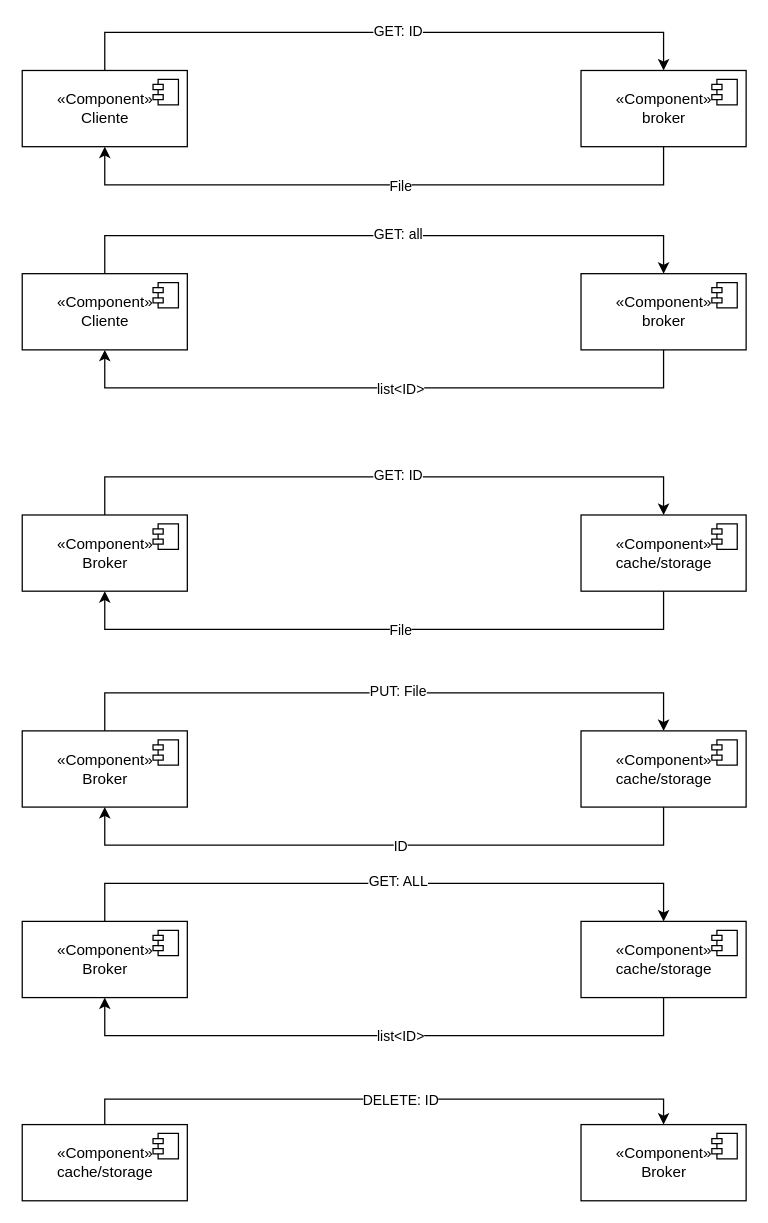
dhasane/gestor-informacion keeps this draw.io diagram as page "comunicacion" (3 of 3) of diagramas/diagramas.drawio. Above is the earlier version. Source tidied: cells renumbered, new cells numbered last; positions are measured from the earlier drawing's top-left corner, leaving out a move shared by most shapes. Both pictures are drawn from the tidied source at 127%, with x=0, y=0 at pixel (22, 32).
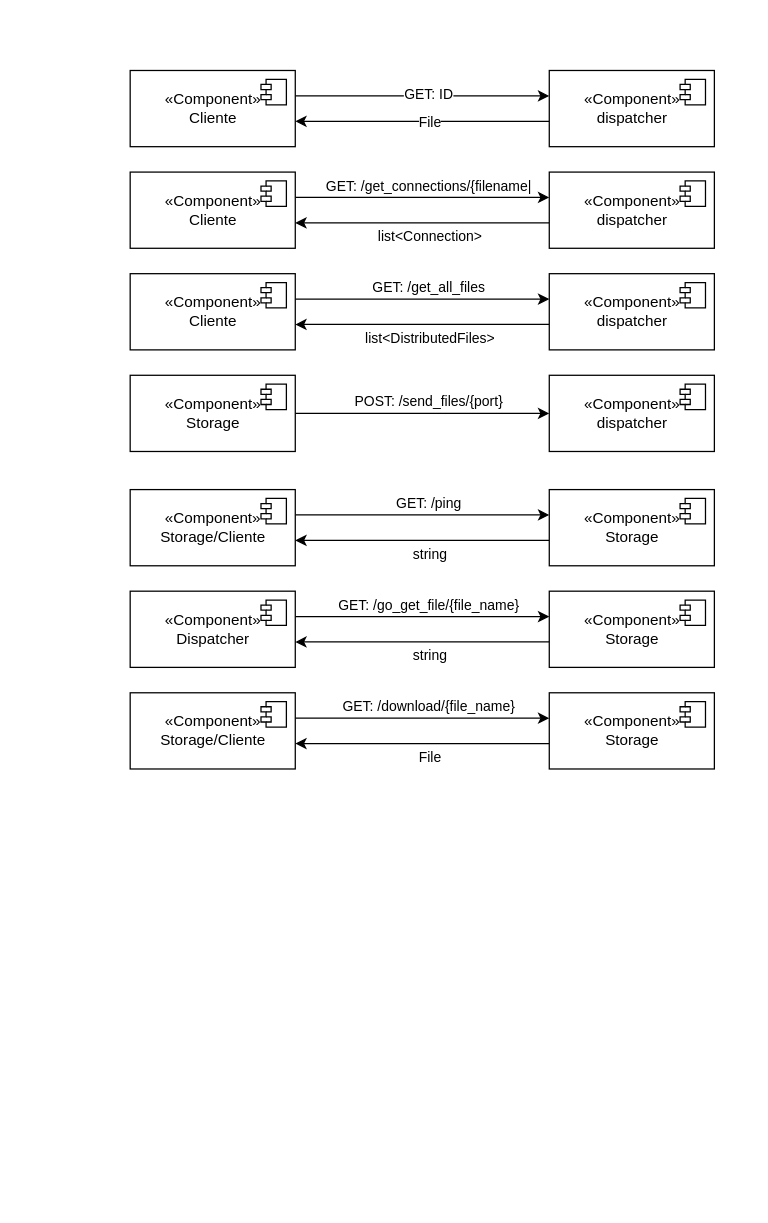
Above is the later version.

Change to the diagram source:
```diff
@@
-    <mxCell id="2" style="edgeStyle=orthogonalEdgeStyle;rounded=0;jettySize=auto;html=1;entryX=0.5;entryY=1;entryDx=0;entryDy=0;" parent="1" edge="1" source="4" target="8">
-      <mxGeometry relative="1" as="geometry">
-        <Array as="points">
-          <mxPoint x="505" y="470" />
-          <mxPoint x="65" y="470" />
-        </Array>
-      </mxGeometry>
-    </mxCell>
-    <mxCell id="3" value="File" style="edgeLabel;html=1;align=center;verticalAlign=middle;" parent="2" vertex="1">
-      <mxGeometry x="-0.05" relative="1" as="geometry" />
-    </mxCell>
-    <mxCell id="4" value="«Component»&lt;br&gt;cache/storage" style="html=1;" parent="1" vertex="1">
-      <mxGeometry x="440" y="380" width="130" height="60" as="geometry" />
-    </mxCell>
-    <mxCell id="5" style="shape=module;jettyWidth=8;jettyHeight=4;" parent="4" vertex="1">
-      <mxGeometry x="1" width="20" height="20" relative="1" as="geometry">
-        <mxPoint x="-27" y="7" as="offset" />
-      </mxGeometry>
-    </mxCell>
-    <mxCell id="6" style="edgeStyle=orthogonalEdgeStyle;rounded=0;jettySize=auto;html=1;" parent="1" edge="1" source="8" target="4">
-      <mxGeometry relative="1" as="geometry">
-        <Array as="points">
-          <mxPoint x="65" y="350" />
-        </Array>
-      </mxGeometry>
-    </mxCell>
-    <mxCell id="7" value="GET: ID" style="edgeLabel;html=1;align=center;verticalAlign=middle;" parent="6" vertex="1">
-      <mxGeometry x="0.04" y="2" relative="1" as="geometry" />
-    </mxCell>
-    <mxCell id="8" value="«Component»&lt;br&gt;Broker" style="html=1;" parent="1" vertex="1">
-      <mxGeometry y="380" width="130" height="60" as="geometry" />
-    </mxCell>
-    <mxCell id="9" style="shape=module;jettyWidth=8;jettyHeight=4;" parent="8" vertex="1">
-      <mxGeometry x="1" width="20" height="20" relative="1" as="geometry">
-        <mxPoint x="-27" y="7" as="offset" />
-      </mxGeometry>
-    </mxCell>
-    <mxCell id="10" style="edgeStyle=orthogonalEdgeStyle;rounded=0;jettySize=auto;html=1;entryX=0.5;entryY=1;entryDx=0;entryDy=0;" parent="1" edge="1" source="12" target="16">
-      <mxGeometry relative="1" as="geometry">
-        <Array as="points">
-          <mxPoint x="505" y="640" />
-          <mxPoint x="65" y="640" />
-        </Array>
-      </mxGeometry>
-    </mxCell>
-    <mxCell id="11" value="ID" style="edgeLabel;html=1;align=center;verticalAlign=middle;" parent="10" vertex="1">
-      <mxGeometry x="-0.05" relative="1" as="geometry" />
-    </mxCell>
-    <mxCell id="12" value="«Component»&lt;br&gt;cache/storage" style="html=1;" parent="1" vertex="1">
-      <mxGeometry x="440" y="550" width="130" height="60" as="geometry" />
-    </mxCell>
-    <mxCell id="13" style="shape=module;jettyWidth=8;jettyHeight=4;" parent="12" vertex="1">
-      <mxGeometry x="1" width="20" height="20" relative="1" as="geometry">
-        <mxPoint x="-27" y="7" as="offset" />
-      </mxGeometry>
-    </mxCell>
-    <mxCell id="14" style="edgeStyle=orthogonalEdgeStyle;rounded=0;jettySize=auto;html=1;" parent="1" edge="1" source="16" target="12">
-      <mxGeometry relative="1" as="geometry">
-        <Array as="points">
-          <mxPoint x="65" y="520" />
-        </Array>
-      </mxGeometry>
-    </mxCell>
-    <mxCell id="15" value="PUT: File" style="edgeLabel;html=1;align=center;verticalAlign=middle;" parent="14" vertex="1">
-      <mxGeometry x="0.04" y="2" relative="1" as="geometry" />
-    </mxCell>
-    <mxCell id="16" value="«Component»&lt;br&gt;Broker" style="html=1;" parent="1" vertex="1">
-      <mxGeometry y="550" width="130" height="60" as="geometry" />
-    </mxCell>
-    <mxCell id="17" style="shape=module;jettyWidth=8;jettyHeight=4;" parent="16" vertex="1">
-      <mxGeometry x="1" width="20" height="20" relative="1" as="geometry">
-        <mxPoint x="-27" y="7" as="offset" />
-      </mxGeometry>
-    </mxCell>
-    <mxCell id="18" style="edgeStyle=orthogonalEdgeStyle;rounded=0;jettySize=auto;html=1;entryX=0.5;entryY=1;entryDx=0;entryDy=0;" parent="1" edge="1" source="20" target="24">
-      <mxGeometry relative="1" as="geometry">
-        <Array as="points">
-          <mxPoint x="505" y="790" />
-          <mxPoint x="65" y="790" />
-        </Array>
-      </mxGeometry>
-    </mxCell>
-    <mxCell id="19" value="list&amp;lt;ID&amp;gt;" style="edgeLabel;html=1;align=center;verticalAlign=middle;" parent="18" vertex="1">
-      <mxGeometry x="-0.05" relative="1" as="geometry" />
-    </mxCell>
-    <mxCell id="20" value="«Component»&lt;br&gt;cache/storage" style="html=1;" parent="1" vertex="1">
-      <mxGeometry x="440" y="700" width="130" height="60" as="geometry" />
-    </mxCell>
-    <mxCell id="21" style="shape=module;jettyWidth=8;jettyHeight=4;" parent="20" vertex="1">
-      <mxGeometry x="1" width="20" height="20" relative="1" as="geometry">
-        <mxPoint x="-27" y="7" as="offset" />
-      </mxGeometry>
-    </mxCell>
-    <mxCell id="22" style="edgeStyle=orthogonalEdgeStyle;rounded=0;jettySize=auto;html=1;" parent="1" edge="1" source="24" target="20">
-      <mxGeometry relative="1" as="geometry">
-        <Array as="points">
-          <mxPoint x="65" y="670" />
-        </Array>
-      </mxGeometry>
-    </mxCell>
-    <mxCell id="23" value="GET: ALL" style="edgeLabel;html=1;align=center;verticalAlign=middle;" parent="22" vertex="1">
-      <mxGeometry x="0.04" y="2" relative="1" as="geometry" />
-    </mxCell>
-    <mxCell id="24" value="«Component»&lt;br&gt;Broker" style="html=1;" parent="1" vertex="1">
-      <mxGeometry y="700" width="130" height="60" as="geometry" />
-    </mxCell>
-    <mxCell id="25" style="shape=module;jettyWidth=8;jettyHeight=4;" parent="24" vertex="1">
-      <mxGeometry x="1" width="20" height="20" relative="1" as="geometry">
-        <mxPoint x="-27" y="7" as="offset" />
-      </mxGeometry>
-    </mxCell>
-    <mxCell id="26" style="edgeStyle=orthogonalEdgeStyle;rounded=0;jettySize=auto;html=1;entryX=0.5;entryY=0;entryDx=0;entryDy=0;" parent="1" edge="1" source="28" target="30">
-      <mxGeometry relative="1" as="geometry">
-        <Array as="points">
-          <mxPoint x="65" y="840" />
-          <mxPoint x="505" y="840" />
-        </Array>
-      </mxGeometry>
-    </mxCell>
-    <mxCell id="27" value="DELETE: ID" style="edgeLabel;html=1;align=center;verticalAlign=middle;" parent="26" vertex="1">
-      <mxGeometry x="0.05" relative="1" as="geometry" />
-    </mxCell>
-    <mxCell id="28" value="«Component»&lt;br&gt;cache/storage" style="html=1;" parent="1" vertex="1">
-      <mxGeometry y="860" width="130" height="60" as="geometry" />
-    </mxCell>
-    <mxCell id="29" style="shape=module;jettyWidth=8;jettyHeight=4;" parent="28" vertex="1">
-      <mxGeometry x="1" width="20" height="20" relative="1" as="geometry">
-        <mxPoint x="-27" y="7" as="offset" />
-      </mxGeometry>
-    </mxCell>
-    <mxCell id="30" value="«Component»&lt;br&gt;Broker" style="html=1;" parent="1" vertex="1">
-      <mxGeometry x="440" y="860" width="130" height="60" as="geometry" />
-    </mxCell>
-    <mxCell id="31" style="shape=module;jettyWidth=8;jettyHeight=4;" parent="30" vertex="1">
-      <mxGeometry x="1" width="20" height="20" relative="1" as="geometry">
-        <mxPoint x="-27" y="7" as="offset" />
-      </mxGeometry>
-    </mxCell>
-    <mxCell id="32" style="edgeStyle=orthogonalEdgeStyle;rounded=0;jettySize=auto;html=1;entryX=0.5;entryY=1;entryDx=0;entryDy=0;" parent="1" edge="1" source="34" target="38">
-      <mxGeometry relative="1" as="geometry">
-        <Array as="points">
-          <mxPoint x="505" y="280" />
-          <mxPoint x="65" y="280" />
-        </Array>
-      </mxGeometry>
-    </mxCell>
-    <mxCell id="33" value="list&amp;lt;ID&amp;gt;" style="edgeLabel;html=1;align=center;verticalAlign=middle;" parent="32" vertex="1">
-      <mxGeometry x="-0.05" relative="1" as="geometry" />
-    </mxCell>
-    <mxCell id="34" value="«Component»&lt;br&gt;broker" style="html=1;" parent="1" vertex="1">
-      <mxGeometry x="440" y="190" width="130" height="60" as="geometry" />
-    </mxCell>
-    <mxCell id="35" style="shape=module;jettyWidth=8;jettyHeight=4;" parent="34" vertex="1">
-      <mxGeometry x="1" width="20" height="20" relative="1" as="geometry">
-        <mxPoint x="-27" y="7" as="offset" />
-      </mxGeometry>
-    </mxCell>
-    <mxCell id="36" style="edgeStyle=orthogonalEdgeStyle;rounded=0;jettySize=auto;html=1;" parent="1" edge="1" source="38" target="34">
-      <mxGeometry relative="1" as="geometry">
-        <Array as="points">
-          <mxPoint x="65" y="160" />
-        </Array>
-      </mxGeometry>
-    </mxCell>
-    <mxCell id="37" value="GET: all" style="edgeLabel;html=1;align=center;verticalAlign=middle;" parent="36" vertex="1">
-      <mxGeometry x="0.04" y="2" relative="1" as="geometry" />
-    </mxCell>
-    <mxCell id="38" value="«Component»&lt;br&gt;Cliente" style="html=1;" parent="1" vertex="1">
-      <mxGeometry y="190" width="130" height="60" as="geometry" />
-    </mxCell>
-    <mxCell id="39" style="shape=module;jettyWidth=8;jettyHeight=4;" parent="38" vertex="1">
-      <mxGeometry x="1" width="20" height="20" relative="1" as="geometry">
-        <mxPoint x="-27" y="7" as="offset" />
-      </mxGeometry>
-    </mxCell>
-    <mxCell id="40" style="edgeStyle=orthogonalEdgeStyle;rounded=0;jettySize=auto;html=1;entryX=0.5;entryY=1;entryDx=0;entryDy=0;" parent="1" edge="1" source="42" target="46">
+    <mxCell id="40" style="edgeStyle=orthogonalEdgeStyle;rounded=0;jettySize=auto;html=1;" parent="1" edge="1" source="42" target="46">
       <mxGeometry relative="1" as="geometry">
         <Array as="points">
-          <mxPoint x="505" y="120" />
-          <mxPoint x="65" y="120" />
+          <mxPoint x="365" y="70" />
+          <mxPoint x="365" y="70" />
         </Array>
       </mxGeometry>
     </mxCell>
@@
-    <mxCell id="42" value="«Component»&lt;br&gt;broker" style="html=1;" parent="1" vertex="1">
-      <mxGeometry x="440" y="30" width="130" height="60" as="geometry" />
+    <mxCell id="42" value="«Component»&lt;br&gt;dispatcher" style="html=1;" parent="1" vertex="1">
+      <mxGeometry x="415" y="30" width="130" height="60" as="geometry" />
     </mxCell>
@@
     <mxCell id="44" style="edgeStyle=orthogonalEdgeStyle;rounded=0;jettySize=auto;html=1;" parent="1" edge="1" source="46" target="42">
       <mxGeometry relative="1" as="geometry">
         <Array as="points">
-          <mxPoint x="65" />
+          <mxPoint x="375" y="50" />
+          <mxPoint x="375" y="50" />
         </Array>
       </mxGeometry>
     </mxCell>
@@
     <mxCell id="46" value="«Component»&lt;br&gt;Cliente" style="html=1;" parent="1" vertex="1">
-      <mxGeometry y="30" width="130" height="60" as="geometry" />
+      <mxGeometry x="85" y="30" width="130" height="60" as="geometry" />
     </mxCell>
@@
+    <mxCell id="48" style="edgeStyle=orthogonalEdgeStyle;rounded=0;jettySize=auto;html=1;" parent="1" edge="1" source="50" target="54">
+      <mxGeometry relative="1" as="geometry">
+        <Array as="points">
+          <mxPoint x="375" y="150" />
+          <mxPoint x="375" y="150" />
+        </Array>
+      </mxGeometry>
+    </mxCell>
+    <mxCell id="49" value="list&amp;lt;Connection&amp;gt;" style="edgeLabel;html=1;align=center;verticalAlign=middle;" parent="48" vertex="1">
+      <mxGeometry x="-0.05" relative="1" as="geometry">
+        <mxPoint y="10" as="offset" />
+      </mxGeometry>
+    </mxCell>
+    <mxCell id="50" value="«Component»&lt;br&gt;dispatcher" style="html=1;" parent="1" vertex="1">
+      <mxGeometry x="415" y="110" width="130" height="60" as="geometry" />
+    </mxCell>
+    <mxCell id="51" style="shape=module;jettyWidth=8;jettyHeight=4;" parent="50" vertex="1">
+      <mxGeometry x="1" width="20" height="20" relative="1" as="geometry">
+        <mxPoint x="-27" y="7" as="offset" />
+      </mxGeometry>
+    </mxCell>
+    <mxCell id="52" style="edgeStyle=orthogonalEdgeStyle;rounded=0;jettySize=auto;html=1;" parent="1" edge="1" source="54" target="50">
+      <mxGeometry relative="1" as="geometry">
+        <Array as="points">
+          <mxPoint x="365" y="130" />
+          <mxPoint x="365" y="130" />
+        </Array>
+      </mxGeometry>
+    </mxCell>
+    <mxCell id="53" value="GET: /get_connections/{filename|" style="edgeLabel;html=1;align=center;verticalAlign=middle;" parent="52" vertex="1">
+      <mxGeometry x="0.04" y="2" relative="1" as="geometry">
+        <mxPoint y="-8" as="offset" />
+      </mxGeometry>
+    </mxCell>
+    <mxCell id="54" value="«Component»&lt;br&gt;Cliente" style="html=1;" parent="1" vertex="1">
+      <mxGeometry x="85" y="110" width="130" height="60" as="geometry" />
+    </mxCell>
+    <mxCell id="55" style="shape=module;jettyWidth=8;jettyHeight=4;" parent="54" vertex="1">
+      <mxGeometry x="1" width="20" height="20" relative="1" as="geometry">
+        <mxPoint x="-27" y="7" as="offset" />
+      </mxGeometry>
+    </mxCell>
+    <mxCell id="56" style="edgeStyle=orthogonalEdgeStyle;rounded=0;jettySize=auto;html=1;" parent="1" edge="1" source="58" target="62">
+      <mxGeometry relative="1" as="geometry">
+        <Array as="points">
+          <mxPoint x="375" y="230" />
+          <mxPoint x="375" y="230" />
+        </Array>
+      </mxGeometry>
+    </mxCell>
+    <mxCell id="57" value="list&amp;lt;DistributedFiles&amp;gt;" style="edgeLabel;html=1;align=center;verticalAlign=middle;" parent="56" vertex="1">
+      <mxGeometry x="-0.05" relative="1" as="geometry">
+        <mxPoint y="10" as="offset" />
+      </mxGeometry>
+    </mxCell>
+    <mxCell id="58" value="«Component»&lt;br&gt;dispatcher" style="html=1;" parent="1" vertex="1">
+      <mxGeometry x="415" y="190" width="130" height="60" as="geometry" />
+    </mxCell>
+    <mxCell id="59" style="shape=module;jettyWidth=8;jettyHeight=4;" parent="58" vertex="1">
+      <mxGeometry x="1" width="20" height="20" relative="1" as="geometry">
+        <mxPoint x="-27" y="7" as="offset" />
+      </mxGeometry>
+    </mxCell>
+    <mxCell id="60" style="edgeStyle=orthogonalEdgeStyle;rounded=0;jettySize=auto;html=1;" parent="1" edge="1" source="62" target="58">
+      <mxGeometry relative="1" as="geometry">
+        <Array as="points">
+          <mxPoint x="365" y="210" />
+          <mxPoint x="365" y="210" />
+        </Array>
+      </mxGeometry>
+    </mxCell>
+    <mxCell id="61" value="GET: /get_all_files" style="edgeLabel;html=1;align=center;verticalAlign=middle;" parent="60" vertex="1">
+      <mxGeometry x="0.04" y="2" relative="1" as="geometry">
+        <mxPoint y="-8" as="offset" />
+      </mxGeometry>
+    </mxCell>
+    <mxCell id="62" value="«Component»&lt;br&gt;Cliente" style="html=1;" parent="1" vertex="1">
+      <mxGeometry x="85" y="190" width="130" height="60" as="geometry" />
+    </mxCell>
+    <mxCell id="63" style="shape=module;jettyWidth=8;jettyHeight=4;" parent="62" vertex="1">
+      <mxGeometry x="1" width="20" height="20" relative="1" as="geometry">
+        <mxPoint x="-27" y="7" as="offset" />
+      </mxGeometry>
+    </mxCell>
+    <mxCell id="64" value="«Component»&lt;br&gt;dispatcher" style="html=1;" parent="1" vertex="1">
+      <mxGeometry x="415" y="270" width="130" height="60" as="geometry" />
+    </mxCell>
+    <mxCell id="65" style="shape=module;jettyWidth=8;jettyHeight=4;" parent="64" vertex="1">
+      <mxGeometry x="1" width="20" height="20" relative="1" as="geometry">
+        <mxPoint x="-27" y="7" as="offset" />
+      </mxGeometry>
+    </mxCell>
+    <mxCell id="66" style="edgeStyle=orthogonalEdgeStyle;rounded=0;jettySize=auto;html=1;" parent="1" edge="1" source="68" target="64">
+      <mxGeometry relative="1" as="geometry">
+        <Array as="points">
+          <mxPoint x="395" y="300" />
+          <mxPoint x="395" y="300" />
+        </Array>
+      </mxGeometry>
+    </mxCell>
+    <mxCell id="67" value="POST: /send_files/{port}" style="edgeLabel;html=1;align=center;verticalAlign=middle;" parent="66" vertex="1">
+      <mxGeometry x="0.04" y="2" relative="1" as="geometry">
+        <mxPoint y="-8" as="offset" />
+      </mxGeometry>
+    </mxCell>
+    <mxCell id="68" value="«Component»&lt;br&gt;Storage" style="html=1;" parent="1" vertex="1">
+      <mxGeometry x="85" y="270" width="130" height="60" as="geometry" />
+    </mxCell>
+    <mxCell id="69" style="shape=module;jettyWidth=8;jettyHeight=4;" parent="68" vertex="1">
+      <mxGeometry x="1" width="20" height="20" relative="1" as="geometry">
+        <mxPoint x="-27" y="7" as="offset" />
+      </mxGeometry>
+    </mxCell>
+    <mxCell id="70" style="edgeStyle=orthogonalEdgeStyle;rounded=0;jettySize=auto;html=1;" parent="1" edge="1" source="72" target="76">
+      <mxGeometry relative="1" as="geometry">
+        <Array as="points">
+          <mxPoint x="375" y="400" />
+          <mxPoint x="375" y="400" />
+        </Array>
+      </mxGeometry>
+    </mxCell>
+    <mxCell id="71" value="string" style="edgeLabel;html=1;align=center;verticalAlign=middle;" parent="70" vertex="1">
+      <mxGeometry x="-0.05" relative="1" as="geometry">
+        <mxPoint y="10" as="offset" />
+      </mxGeometry>
+    </mxCell>
+    <mxCell id="72" value="«Component»&lt;br&gt;Storage" style="html=1;" parent="1" vertex="1">
+      <mxGeometry x="415" y="360" width="130" height="60" as="geometry" />
+    </mxCell>
+    <mxCell id="73" style="shape=module;jettyWidth=8;jettyHeight=4;" parent="72" vertex="1">
+      <mxGeometry x="1" width="20" height="20" relative="1" as="geometry">
+        <mxPoint x="-27" y="7" as="offset" />
+      </mxGeometry>
+    </mxCell>
+    <mxCell id="74" style="edgeStyle=orthogonalEdgeStyle;rounded=0;jettySize=auto;html=1;" parent="1" edge="1" source="76" target="72">
+      <mxGeometry relative="1" as="geometry">
+        <Array as="points">
+          <mxPoint x="365" y="380" />
+          <mxPoint x="365" y="380" />
+        </Array>
+      </mxGeometry>
+    </mxCell>
+    <mxCell id="75" value="GET: /ping" style="edgeLabel;html=1;align=center;verticalAlign=middle;" parent="74" vertex="1">
+      <mxGeometry x="0.04" y="2" relative="1" as="geometry">
+        <mxPoint y="-8" as="offset" />
+      </mxGeometry>
+    </mxCell>
+    <mxCell id="76" value="«Component»&lt;br&gt;Storage/Cliente" style="html=1;" parent="1" vertex="1">
+      <mxGeometry x="85" y="360" width="130" height="60" as="geometry" />
+    </mxCell>
+    <mxCell id="77" style="shape=module;jettyWidth=8;jettyHeight=4;" parent="76" vertex="1">
+      <mxGeometry x="1" width="20" height="20" relative="1" as="geometry">
+        <mxPoint x="-27" y="7" as="offset" />
+      </mxGeometry>
+    </mxCell>
+    <mxCell id="78" style="edgeStyle=orthogonalEdgeStyle;rounded=0;jettySize=auto;html=1;" parent="1" edge="1" source="80" target="84">
+      <mxGeometry relative="1" as="geometry">
+        <Array as="points">
+          <mxPoint x="375" y="480" />
+          <mxPoint x="375" y="480" />
+        </Array>
+      </mxGeometry>
+    </mxCell>
+    <mxCell id="79" value="string" style="edgeLabel;html=1;align=center;verticalAlign=middle;" parent="78" vertex="1">
+      <mxGeometry x="-0.05" relative="1" as="geometry">
+        <mxPoint y="10" as="offset" />
+      </mxGeometry>
+    </mxCell>
+    <mxCell id="80" value="«Component»&lt;br&gt;Storage" style="html=1;" parent="1" vertex="1">
+      <mxGeometry x="415" y="440" width="130" height="60" as="geometry" />
+    </mxCell>
+    <mxCell id="81" style="shape=module;jettyWidth=8;jettyHeight=4;" parent="80" vertex="1">
+      <mxGeometry x="1" width="20" height="20" relative="1" as="geometry">
+        <mxPoint x="-27" y="7" as="offset" />
+      </mxGeometry>
+    </mxCell>
+    <mxCell id="82" style="edgeStyle=orthogonalEdgeStyle;rounded=0;jettySize=auto;html=1;" parent="1" edge="1" source="84" target="80">
+      <mxGeometry relative="1" as="geometry">
+        <Array as="points">
+          <mxPoint x="365" y="460" />
+          <mxPoint x="365" y="460" />
+        </Array>
+      </mxGeometry>
+    </mxCell>
+    <mxCell id="83" value="GET: /go_get_file/{file_name}" style="edgeLabel;html=1;align=center;verticalAlign=middle;" parent="82" vertex="1">
+      <mxGeometry x="0.04" y="2" relative="1" as="geometry">
+        <mxPoint y="-8" as="offset" />
+      </mxGeometry>
+    </mxCell>
+    <mxCell id="84" value="«Component»&lt;br&gt;Dispatcher" style="html=1;" parent="1" vertex="1">
+      <mxGeometry x="85" y="440" width="130" height="60" as="geometry" />
+    </mxCell>
+    <mxCell id="85" style="shape=module;jettyWidth=8;jettyHeight=4;" parent="84" vertex="1">
+      <mxGeometry x="1" width="20" height="20" relative="1" as="geometry">
+        <mxPoint x="-27" y="7" as="offset" />
+      </mxGeometry>
+    </mxCell>
+    <mxCell id="86" style="edgeStyle=orthogonalEdgeStyle;rounded=0;jettySize=auto;html=1;" parent="1" edge="1" source="87" target="91">
+      <mxGeometry relative="1" as="geometry">
+        <Array as="points">
+          <mxPoint x="375" y="560" />
+          <mxPoint x="375" y="560" />
+        </Array>
+      </mxGeometry>
+    </mxCell>
+    <mxCell id="3" value="File" style="edgeLabel;html=1;align=center;verticalAlign=middle;" parent="86" vertex="1">
+      <mxGeometry x="-0.05" relative="1" as="geometry">
+        <mxPoint y="10" as="offset" />
+      </mxGeometry>
+    </mxCell>
+    <mxCell id="87" value="«Component»&lt;br&gt;Storage" style="html=1;" parent="1" vertex="1">
+      <mxGeometry x="415" y="520" width="130" height="60" as="geometry" />
+    </mxCell>
+    <mxCell id="88" style="shape=module;jettyWidth=8;jettyHeight=4;" parent="87" vertex="1">
+      <mxGeometry x="1" width="20" height="20" relative="1" as="geometry">
+        <mxPoint x="-27" y="7" as="offset" />
+      </mxGeometry>
+    </mxCell>
+    <mxCell id="89" style="edgeStyle=orthogonalEdgeStyle;rounded=0;jettySize=auto;html=1;" parent="1" edge="1" source="91" target="87">
+      <mxGeometry relative="1" as="geometry">
+        <Array as="points">
+          <mxPoint x="365" y="540" />
+          <mxPoint x="365" y="540" />
+        </Array>
+      </mxGeometry>
+    </mxCell>
+    <mxCell id="90" value="GET: /download/{file_name}" style="edgeLabel;html=1;align=center;verticalAlign=middle;" parent="89" vertex="1">
+      <mxGeometry x="0.04" y="2" relative="1" as="geometry">
+        <mxPoint y="-8" as="offset" />
+      </mxGeometry>
+    </mxCell>
+    <mxCell id="91" value="«Component»&lt;br&gt;Storage/Cliente" style="html=1;" parent="1" vertex="1">
+      <mxGeometry x="85" y="520" width="130" height="60" as="geometry" />
+    </mxCell>
+    <mxCell id="92" style="shape=module;jettyWidth=8;jettyHeight=4;" parent="91" vertex="1">
+      <mxGeometry x="1" width="20" height="20" relative="1" as="geometry">
+        <mxPoint x="-27" y="7" as="offset" />
+      </mxGeometry>
+    </mxCell>
```
